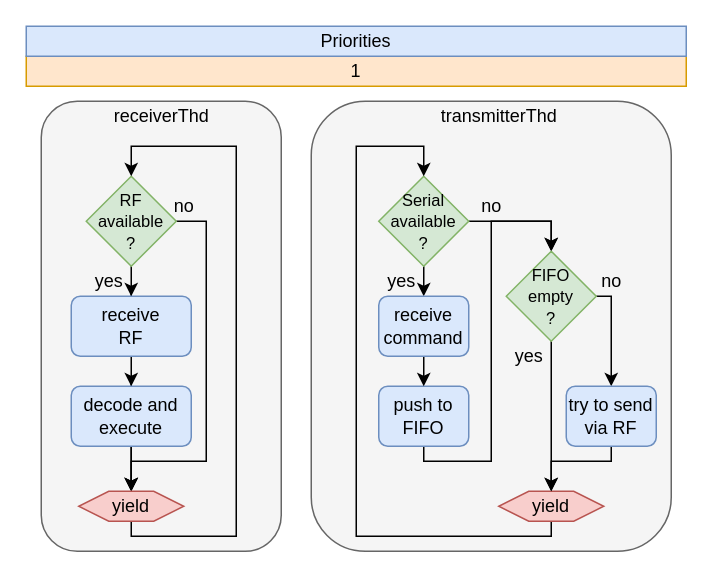
The draw.io diagram documentation/diagrams/SVU_threads.drawio in tjarker/Telemetry, before the edit. Source tidied: cells renumbered, new cells numbered last; positions are measured from the earlier drawing's top-left corner, leaving out a move shared by most shapes. Both pictures are drawn from the tidied source at 150%, with x=0, y=0 at pixel (26, 26).
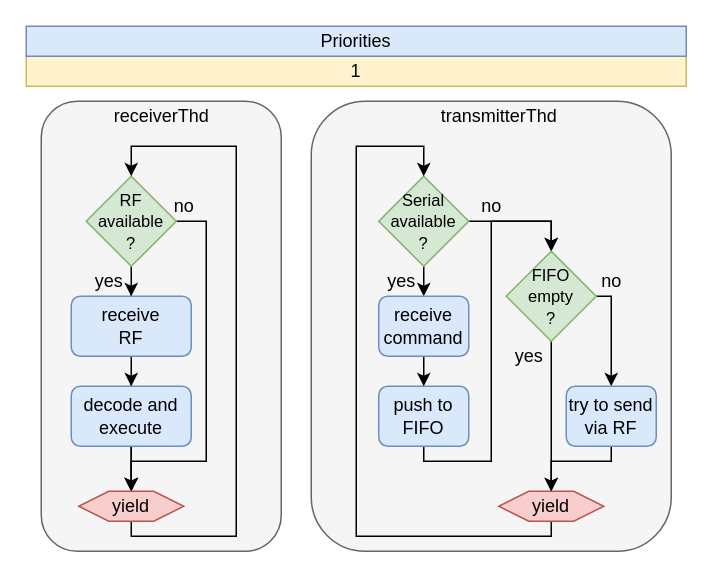
Above is the later version.

The edit, as a diff of the source:
```diff
@@
-    <mxCell id="2" value="1" style="rounded=0;whiteSpace=wrap;html=1;fillColor=#ffe6cc;strokeColor=#d79b00;" parent="1" vertex="1">
+    <mxCell id="2" value="1" style="rounded=0;whiteSpace=wrap;html=1;fillColor=#fff2cc;strokeColor=#d6b656;" parent="1" vertex="1">
       <mxGeometry y="20" width="440" height="20" as="geometry" />
     </mxCell>
```
